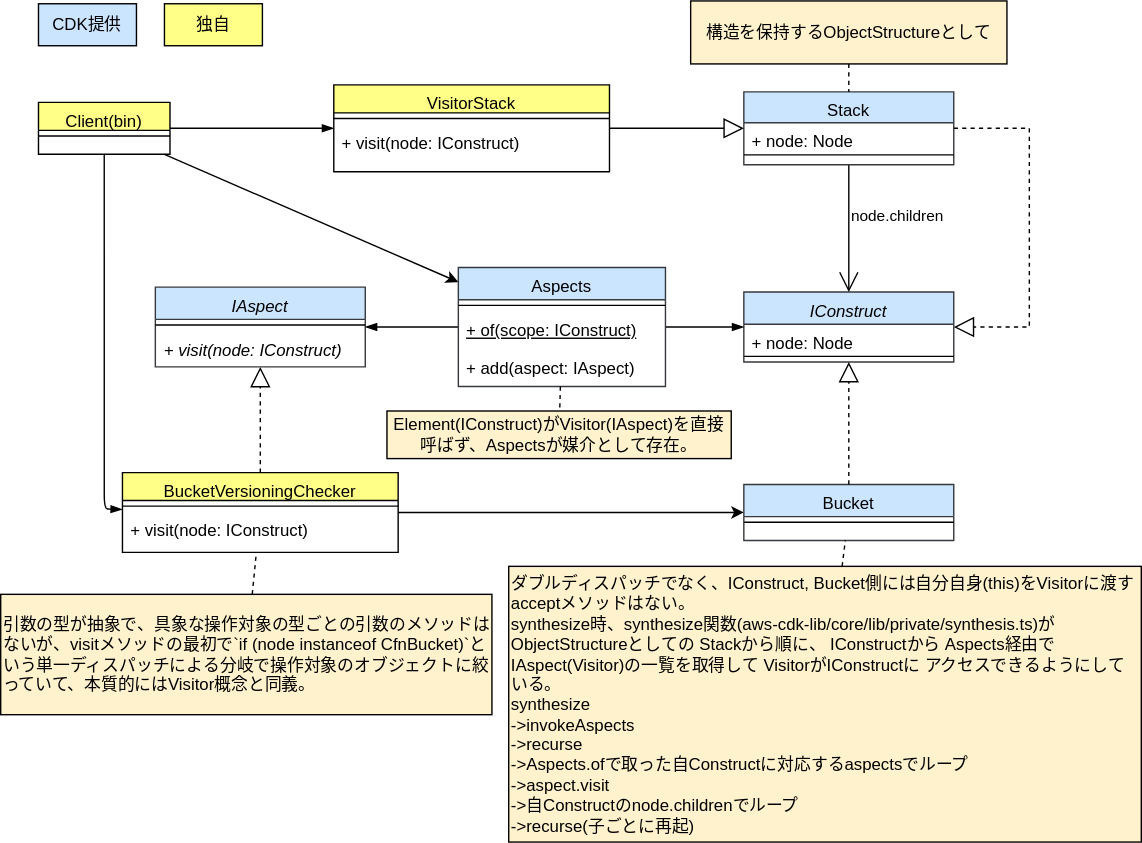
The draw.io diagram drawio/visitor/visitor-cdk-simplified.drawio.svg in go-to-k/cdk-gof-design-pattern, before a commit. Source tidied: cells renumbered, new cells last; positions are measured from the earlier drawing's top-left corner, leaving out a move shared by most shapes.
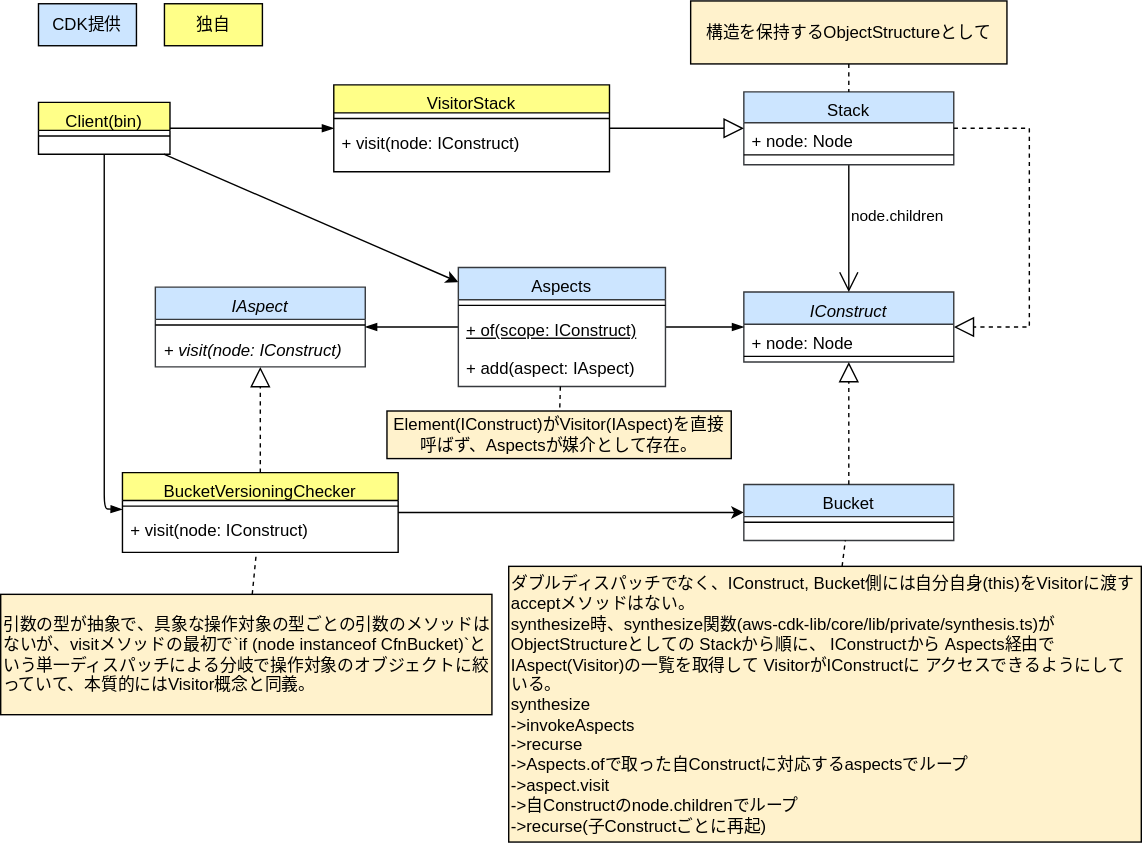
Later version of the same file.

Commit message:
update visitor diagrams

Change to the diagram source:
```diff
@@ -59,7 +59,7 @@
     <mxCell id="20" style="edgeStyle=none;html=1;dashed=1;strokeColor=#000000;endArrow=none;endFill=0;" parent="1" edge="1" source="21" target="12">
       <mxGeometry relative="1" as="geometry" />
     </mxCell>
-    <mxCell id="21" value="&lt;div&gt;ダブルディスパッチでなく、IConstruct, Bucket側には自分自身(this)をVisitorに渡すacceptメソッドはない。&lt;/div&gt;&lt;div&gt;synthesize時、synthesize関数(aws-cdk-lib/core/lib/private/synthesis.ts)が&lt;/div&gt;&lt;span style=&quot;text-align: center;&quot;&gt;ObjectStructureとしての&lt;/span&gt;&lt;span style=&quot;background-color: initial;&quot;&gt;Stackから順に、&lt;/span&gt;IConstructから&lt;span style=&quot;background-color: initial;&quot;&gt;Aspects経由でIAspect(Visitor)の一覧を取得して&lt;/span&gt;VisitorがIConstructに&lt;span style=&quot;background-color: initial;&quot;&gt;アクセスできるようにしている。&lt;/span&gt;&lt;span style=&quot;text-align: center;&quot;&gt;&lt;br&gt;&lt;/span&gt;&lt;div&gt;synthesize&lt;/div&gt;&lt;div&gt;&amp;nbsp; -&amp;gt;invokeAspects&lt;/div&gt;&lt;div&gt;&amp;nbsp; &amp;nbsp; -&amp;gt;recurse&lt;/div&gt;&lt;div&gt;&amp;nbsp; &amp;nbsp; &amp;nbsp; -&amp;gt;Aspects.ofで取った自Constructに対応するaspectsでループ&lt;/div&gt;&lt;div&gt;&amp;nbsp; &amp;nbsp; &amp;nbsp; &amp;nbsp; -&amp;gt;aspect.visit&lt;/div&gt;&lt;div&gt;&amp;nbsp; &amp;nbsp; &amp;nbsp; -&amp;gt;自Constructのnode.childrenでループ&lt;/div&gt;&lt;div&gt;&amp;nbsp; &amp;nbsp; &amp;nbsp; &amp;nbsp; -&amp;gt;recurse(子ごとに再起)&lt;/div&gt;" style="text;html=1;strokeColor=#000000;fillColor=#fff2cc;align=left;verticalAlign=middle;whiteSpace=wrap;rounded=0;fontColor=#000000;" parent="1" vertex="1">
+    <mxCell id="21" value="&lt;div&gt;ダブルディスパッチでなく、IConstruct, Bucket側には自分自身(this)をVisitorに渡すacceptメソッドはない。&lt;/div&gt;&lt;div&gt;synthesize時、synthesize関数(aws-cdk-lib/core/lib/private/synthesis.ts)が&lt;/div&gt;&lt;span style=&quot;text-align: center;&quot;&gt;ObjectStructureとしての&lt;/span&gt;&lt;span style=&quot;background-color: initial;&quot;&gt;Stackから順に、&lt;/span&gt;IConstructから&lt;span style=&quot;background-color: initial;&quot;&gt;Aspects経由でIAspect(Visitor)の一覧を取得して&lt;/span&gt;VisitorがIConstructに&lt;span style=&quot;background-color: initial;&quot;&gt;アクセスできるようにしている。&lt;/span&gt;&lt;span style=&quot;text-align: center;&quot;&gt;&lt;br&gt;&lt;/span&gt;&lt;div&gt;synthesize&lt;/div&gt;&lt;div&gt;&amp;nbsp; -&amp;gt;invokeAspects&lt;/div&gt;&lt;div&gt;&amp;nbsp; &amp;nbsp; -&amp;gt;recurse&lt;/div&gt;&lt;div&gt;&amp;nbsp; &amp;nbsp; &amp;nbsp; -&amp;gt;Aspects.ofで取った自Constructに対応するaspectsでループ&lt;/div&gt;&lt;div&gt;&amp;nbsp; &amp;nbsp; &amp;nbsp; &amp;nbsp; -&amp;gt;aspect.visit&lt;/div&gt;&lt;div&gt;&amp;nbsp; &amp;nbsp; &amp;nbsp; -&amp;gt;自Constructのnode.childrenでループ&lt;/div&gt;&lt;div&gt;&amp;nbsp; &amp;nbsp; &amp;nbsp; &amp;nbsp; -&amp;gt;recurse(子Constructごとに再起)&lt;/div&gt;" style="text;html=1;strokeColor=#000000;fillColor=#fff2cc;align=left;verticalAlign=middle;whiteSpace=wrap;rounded=0;fontColor=#000000;" parent="1" vertex="1">
       <mxGeometry x="363" y="404" width="452" height="197" as="geometry" />
     </mxCell>
     <mxCell id="22" value="node.children" style="endArrow=open;html=1;endSize=12;startArrow=none;startSize=14;startFill=0;edgeStyle=orthogonalEdgeStyle;align=left;verticalAlign=bottom;rounded=0;fontColor=#000000;strokeColor=#000000;labelBackgroundColor=none;" parent="1" edge="1" source="23" target="14">
```
